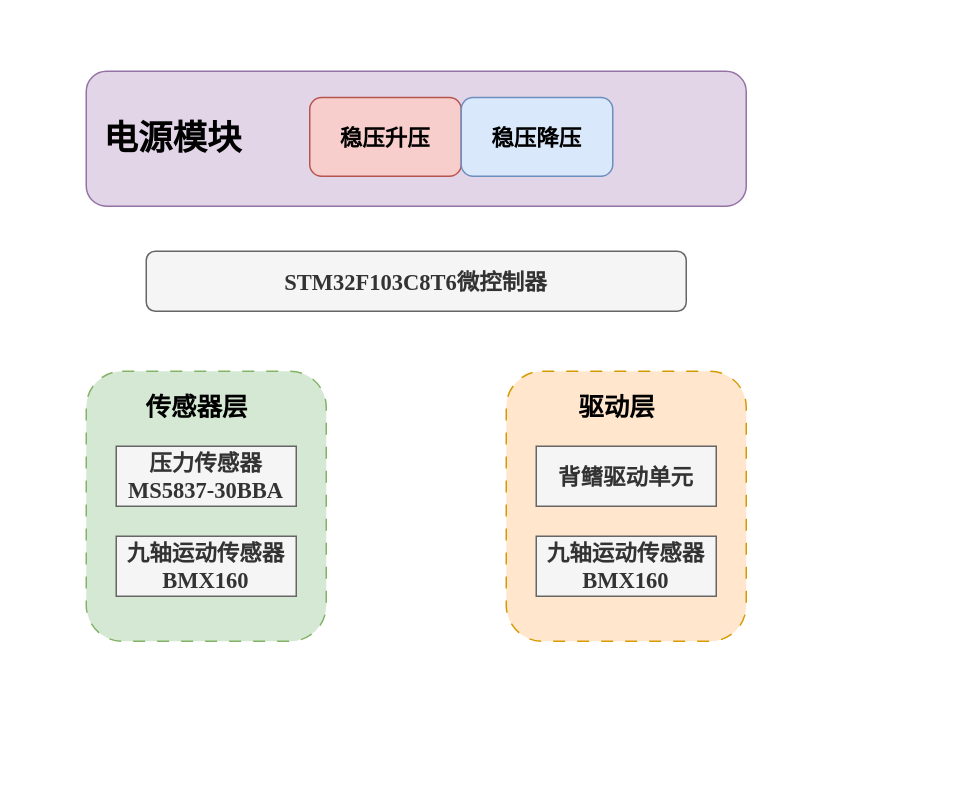
Earlier version of the draw.io diagram 主板设计.drawio (chiguaren3/drawio_project). Source tidied: cells renumbered, new cells numbered last; positions are measured from the earlier drawing's top-left corner, leaving out a move shared by most shapes. Both pictures are drawn from the tidied source at 150%, with x=0, y=0 at pixel (86, 70).
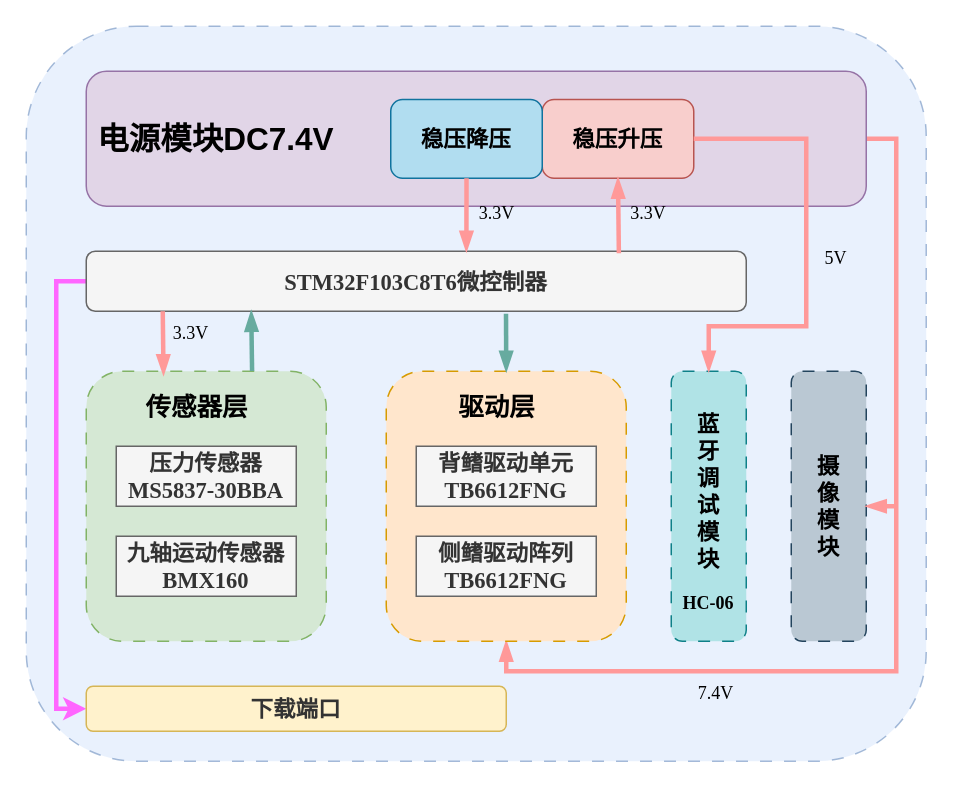
The same page after the edit.

Commit message (it also covers changes not shown here):
更新主板设计.drawio

Unchanged cells that the change refers to:
```xml
<mxCell id="2" style="rounded=1;whiteSpace=wrap;html=1;fillColor=#d5e8d4;strokeColor=#82b366;dashed=1;dashPattern=8 8;" parent="1" vertex="1">
  <mxGeometry y="200" width="160" height="180" as="geometry" />
</mxCell>
```

What changed in the source:
```diff
@@
+    <mxCell id="14" style="rounded=1;whiteSpace=wrap;html=1;fillColor=#dae8fc;strokeColor=#6c8ebf;dashed=1;dashPattern=8 8;glass=0;rotation=0;opacity=60;" parent="1" vertex="1">
+      <mxGeometry x="-40" y="-30" width="600" height="490" as="geometry" />
+    </mxCell>
@@
+    <mxCell id="15" style="edgeStyle=orthogonalEdgeStyle;rounded=0;jettySize=auto;html=1;exitX=1;exitY=0.5;exitDx=0;exitDy=0;entryX=0.5;entryY=1;entryDx=0;entryDy=0;strokeWidth=3;strokeColor=#FF9999;endArrow=blockThin;endFill=1;" parent="1" edge="1" source="3" target="10">
+      <mxGeometry relative="1" as="geometry">
+        <Array as="points">
+          <mxPoint x="540" y="45" />
+          <mxPoint x="540" y="400" />
+          <mxPoint x="280" y="400" />
+        </Array>
+      </mxGeometry>
+    </mxCell>
-    <mxCell id="3" value="&lt;font face=&quot;宋体&quot;&gt;&amp;nbsp; &amp;nbsp;&lt;b&gt;&lt;font style=&quot;font-size: 23px;&quot;&gt;电源模块&lt;/font&gt;&lt;/b&gt;&lt;/font&gt;" style="rounded=1;whiteSpace=wrap;html=1;align=left;fillColor=#e1d5e7;strokeColor=#9673a6;" parent="1" vertex="1">
-      <mxGeometry width="440" height="90" as="geometry" />
+    <mxCell id="3" value="&lt;font style=&quot;font-size: 21px;&quot; face=&quot;宋体&quot;&gt;&amp;nbsp;&lt;b style=&quot;&quot;&gt;&lt;font style=&quot;&quot;&gt;电源模块DC7.4V&lt;/font&gt;&lt;/b&gt;&lt;/font&gt;" style="rounded=1;whiteSpace=wrap;html=1;align=left;fillColor=#e1d5e7;strokeColor=#9673a6;" parent="1" vertex="1">
+      <mxGeometry width="520" height="90" as="geometry" />
     </mxCell>
     <mxCell id="4" value="&lt;font style=&quot;font-size: 15px;&quot; face=&quot;宋体&quot;&gt;&lt;b style=&quot;&quot;&gt;稳压升压&lt;/b&gt;&lt;/font&gt;" style="rounded=1;whiteSpace=wrap;html=1;fillColor=#f8cecc;strokeColor=#b85450;" parent="1" vertex="1">
-      <mxGeometry x="149" y="17.5" width="101" height="52.5" as="geometry" />
+      <mxGeometry x="304" y="18.8" width="101" height="52.5" as="geometry" />
     </mxCell>
-    <mxCell id="5" value="&lt;font style=&quot;font-size: 15px;&quot; face=&quot;宋体&quot;&gt;&lt;b style=&quot;&quot;&gt;稳压降压&lt;/b&gt;&lt;/font&gt;" style="rounded=1;whiteSpace=wrap;html=1;fillColor=#dae8fc;strokeColor=#6c8ebf;" parent="1" vertex="1">
-      <mxGeometry x="250" y="17.5" width="101" height="52.5" as="geometry" />
+    <mxCell id="5" value="&lt;font style=&quot;font-size: 15px;&quot; face=&quot;宋体&quot;&gt;&lt;b style=&quot;&quot;&gt;稳压降压&lt;/b&gt;&lt;/font&gt;" style="rounded=1;whiteSpace=wrap;html=1;fillColor=#b1ddf0;strokeColor=#10739e;" parent="1" vertex="1">
+      <mxGeometry x="203" y="18.8" width="101" height="52.5" as="geometry" />
     </mxCell>
+    <mxCell id="16" style="edgeStyle=orthogonalEdgeStyle;rounded=0;jettySize=auto;html=1;exitX=0;exitY=0.5;exitDx=0;exitDy=0;entryX=0;entryY=0.5;entryDx=0;entryDy=0;strokeWidth=3;strokeColor=#FF66FF;" parent="1" edge="1" source="6" target="17">
+      <mxGeometry relative="1" as="geometry" />
+    </mxCell>
     <mxCell id="6" value="&lt;font style=&quot;font-size: 15px;&quot;&gt;&lt;b style=&quot;&quot;&gt;&lt;font face=&quot;Times New Roman&quot;&gt;STM32F103C8T6&lt;/font&gt;&lt;font face=&quot;宋体&quot;&gt;微控制器&lt;/font&gt;&lt;/b&gt;&lt;/font&gt;" style="rounded=1;whiteSpace=wrap;html=1;fillColor=#f5f5f5;fontColor=#333333;strokeColor=#666666;" parent="1" vertex="1">
-      <mxGeometry x="40" y="120" width="360" height="40" as="geometry" />
+      <mxGeometry y="120" width="440" height="40" as="geometry" />
     </mxCell>
@@
     <mxCell id="10" style="rounded=1;whiteSpace=wrap;html=1;fillColor=#ffe6cc;strokeColor=#d79b00;dashed=1;dashPattern=8 8;" parent="1" vertex="1">
-      <mxGeometry x="280" y="200" width="160" height="180" as="geometry" />
+      <mxGeometry x="200" y="200" width="160" height="180" as="geometry" />
     </mxCell>
-    <mxCell id="11" value="&lt;font face=&quot;宋体&quot;&gt;&lt;span style=&quot;font-size: 15px;&quot;&gt;&lt;b&gt;背鳍驱动单元&lt;/b&gt;&lt;/span&gt;&lt;/font&gt;" style="rounded=0;whiteSpace=wrap;html=1;fillColor=#f5f5f5;fontColor=#333333;strokeColor=#666666;" parent="1" vertex="1">
-      <mxGeometry x="300" y="250" width="120" height="40" as="geometry" />
+    <mxCell id="11" value="&lt;font face=&quot;宋体&quot;&gt;&lt;span style=&quot;font-size: 15px;&quot;&gt;&lt;b&gt;背鳍驱动单元&lt;/b&gt;&lt;/span&gt;&lt;/font&gt;&lt;div&gt;&lt;span style=&quot;font-size: 15px;&quot;&gt;&lt;b style=&quot;&quot;&gt;&lt;font face=&quot;Times New Roman&quot;&gt;TB6612FNG&lt;/font&gt;&lt;/b&gt;&lt;/span&gt;&lt;/div&gt;" style="rounded=0;whiteSpace=wrap;html=1;fillColor=#f5f5f5;fontColor=#333333;strokeColor=#666666;" parent="1" vertex="1">
+      <mxGeometry x="220" y="250" width="120" height="40" as="geometry" />
     </mxCell>
-    <mxCell id="12" value="&lt;font face=&quot;宋体&quot;&gt;&lt;span style=&quot;font-size: 15px;&quot;&gt;&lt;b&gt;九轴运动传感器&lt;/b&gt;&lt;/span&gt;&lt;/font&gt;&lt;br&gt;&lt;div&gt;&lt;font style=&quot;font-size: 15px;&quot; face=&quot;Times New Roman&quot;&gt;&lt;b style=&quot;&quot;&gt;BMX160&lt;/b&gt;&lt;/font&gt;&lt;/div&gt;" style="rounded=0;whiteSpace=wrap;html=1;fillColor=#f5f5f5;fontColor=#333333;strokeColor=#666666;" parent="1" vertex="1">
-      <mxGeometry x="300" y="310" width="120" height="40" as="geometry" />
+    <mxCell id="12" value="&lt;font face=&quot;宋体&quot;&gt;&lt;span style=&quot;font-size: 15px;&quot;&gt;&lt;b&gt;侧鳍驱动阵列&lt;/b&gt;&lt;/span&gt;&lt;/font&gt;&lt;div&gt;&lt;b style=&quot;font-size: 15px;&quot;&gt;&lt;font face=&quot;Times New Roman&quot;&gt;TB6612FNG&lt;/font&gt;&lt;/b&gt;&lt;font face=&quot;宋体&quot;&gt;&lt;span style=&quot;font-size: 15px;&quot;&gt;&lt;b&gt;&lt;/b&gt;&lt;/span&gt;&lt;/font&gt;&lt;/div&gt;" style="rounded=0;whiteSpace=wrap;html=1;fillColor=#f5f5f5;fontColor=#333333;strokeColor=#666666;" parent="1" vertex="1">
+      <mxGeometry x="220" y="310" width="120" height="40" as="geometry" />
     </mxCell>
     <mxCell id="13" value="&lt;font style=&quot;font-size: 17px;&quot; face=&quot;宋体&quot;&gt;&lt;b style=&quot;&quot;&gt;驱动层&lt;/b&gt;&lt;/font&gt;" style="text;html=1;align=center;verticalAlign=middle;whiteSpace=wrap;rounded=0;" parent="1" vertex="1">
-      <mxGeometry x="314" y="210" width="80" height="30" as="geometry" />
+      <mxGeometry x="234" y="210" width="80" height="30" as="geometry" />
     </mxCell>
+    <mxCell id="17" value="&lt;b style=&quot;color: rgb(51, 51, 51); font-size: 15px;&quot;&gt;&lt;font face=&quot;宋体&quot;&gt;下载端口&lt;/font&gt;&lt;/b&gt;" style="rounded=1;whiteSpace=wrap;html=1;fillColor=#fff2cc;strokeColor=#d6b656;" parent="1" vertex="1">
+      <mxGeometry y="410" width="280" height="30" as="geometry" />
+    </mxCell>
+    <mxCell id="18" style="rounded=1;whiteSpace=wrap;html=1;fillColor=#bac8d3;strokeColor=#23445d;dashed=1;dashPattern=8 8;" parent="1" vertex="1">
+      <mxGeometry x="470" y="200" width="50" height="180" as="geometry" />
+    </mxCell>
+    <mxCell id="19" value="&lt;font style=&quot;font-size: 15px;&quot; face=&quot;宋体&quot;&gt;&lt;b style=&quot;&quot;&gt;摄像模块&lt;/b&gt;&lt;/font&gt;" style="text;html=1;align=center;verticalAlign=middle;whiteSpace=wrap;rounded=0;" parent="1" vertex="1">
+      <mxGeometry x="480" y="230" width="30" height="120" as="geometry" />
+    </mxCell>
+    <mxCell id="20" style="rounded=1;whiteSpace=wrap;html=1;fillColor=#b0e3e6;strokeColor=#0e8088;dashed=1;dashPattern=8 8;" parent="1" vertex="1">
+      <mxGeometry x="390" y="200" width="50" height="180" as="geometry" />
+    </mxCell>
+    <mxCell id="21" value="&lt;font style=&quot;font-size: 15px;&quot; face=&quot;宋体&quot;&gt;&lt;b style=&quot;&quot;&gt;蓝牙调试模块&lt;/b&gt;&lt;/font&gt;" style="text;html=1;align=center;verticalAlign=middle;whiteSpace=wrap;rounded=0;" parent="1" vertex="1">
+      <mxGeometry x="400" y="220" width="30" height="120" as="geometry" />
+    </mxCell>
+    <mxCell id="22" value="&lt;b&gt;&lt;font face=&quot;Times New Roman&quot;&gt;HC-06&lt;/font&gt;&lt;/b&gt;" style="text;html=1;align=center;verticalAlign=middle;whiteSpace=wrap;rounded=0;" parent="1" vertex="1">
+      <mxGeometry x="385" y="340" width="60" height="30" as="geometry" />
+    </mxCell>
+    <mxCell id="23" value="&lt;font face=&quot;Times New Roman&quot;&gt;3.3V&lt;/font&gt;" style="text;html=1;align=center;verticalAlign=middle;whiteSpace=wrap;rounded=0;" parent="1" vertex="1">
+      <mxGeometry x="244" y="80" width="60" height="30" as="geometry" />
+    </mxCell>
+    <mxCell id="24" style="endArrow=blockThin;html=1;rounded=0;exitX=0.5;exitY=1;exitDx=0;exitDy=0;endFill=1;strokeWidth=3;fillColor=#ffff88;strokeColor=#FF9999;entryX=0.576;entryY=0;entryDx=0;entryDy=0;entryPerimeter=0;" parent="1" edge="1" source="5" target="6">
+      <mxGeometry relative="1" as="geometry" />
+    </mxCell>
+    <mxCell id="25" style="endArrow=blockThin;html=1;rounded=0;exitX=0.5;exitY=1;exitDx=0;exitDy=0;endFill=1;strokeWidth=3;fillColor=#fad9d5;strokeColor=#FF9999;entryX=0.322;entryY=0.013;entryDx=0;entryDy=0;entryPerimeter=0;" parent="1" edge="1" target="2">
+      <mxGeometry relative="1" as="geometry">
+        <mxPoint x="51" y="160" as="sourcePoint" />
+      </mxGeometry>
+    </mxCell>
+    <mxCell id="26" value="&lt;font face=&quot;Times New Roman&quot;&gt;3.3V&lt;/font&gt;" style="text;html=1;align=center;verticalAlign=middle;whiteSpace=wrap;rounded=0;" parent="1" vertex="1">
+      <mxGeometry x="40" y="160" width="60" height="30" as="geometry" />
+    </mxCell>
+    <mxCell id="27" style="endArrow=blockThin;html=1;rounded=0;exitX=0.807;exitY=0.032;exitDx=0;exitDy=0;endFill=1;strokeWidth=3;fillColor=#ffff88;strokeColor=#FF9999;entryX=0.5;entryY=1;entryDx=0;entryDy=0;exitPerimeter=0;" parent="1" edge="1" source="6" target="4">
+      <mxGeometry relative="1" as="geometry" />
+    </mxCell>
+    <mxCell id="28" value="&lt;font face=&quot;Times New Roman&quot;&gt;3.3V&lt;/font&gt;" style="text;html=1;align=center;verticalAlign=middle;whiteSpace=wrap;rounded=0;" parent="1" vertex="1">
+      <mxGeometry x="345" y="80" width="60" height="30" as="geometry" />
+    </mxCell>
+    <mxCell id="29" style="endArrow=blockThin;html=1;rounded=0;endFill=1;strokeWidth=3;fillColor=#ffff88;strokeColor=#FF9999;entryX=1;entryY=0.5;entryDx=0;entryDy=0;" parent="1" edge="1" target="18">
+      <mxGeometry relative="1" as="geometry">
+        <mxPoint x="540" y="290" as="sourcePoint" />
+      </mxGeometry>
+    </mxCell>
+    <mxCell id="30" style="endArrow=blockThin;html=1;rounded=0;exitX=1;exitY=0.5;exitDx=0;exitDy=0;endFill=1;strokeWidth=3;fillColor=#ffff88;strokeColor=#FF9999;entryX=0.5;entryY=0;entryDx=0;entryDy=0;" parent="1" edge="1" source="4" target="20">
+      <mxGeometry relative="1" as="geometry">
+        <Array as="points">
+          <mxPoint x="480" y="45" />
+          <mxPoint x="480" y="170" />
+          <mxPoint x="415" y="170" />
+        </Array>
+      </mxGeometry>
+    </mxCell>
+    <mxCell id="31" value="&lt;font face=&quot;Times New Roman&quot;&gt;5V&lt;/font&gt;" style="text;html=1;align=center;verticalAlign=middle;whiteSpace=wrap;rounded=0;" parent="1" vertex="1">
+      <mxGeometry x="470" y="110" width="60" height="30" as="geometry" />
+    </mxCell>
+    <mxCell id="32" value="&lt;font face=&quot;Times New Roman&quot;&gt;7.4V&lt;/font&gt;" style="text;html=1;align=center;verticalAlign=middle;whiteSpace=wrap;rounded=0;" parent="1" vertex="1">
+      <mxGeometry x="390" y="400" width="60" height="30" as="geometry" />
+    </mxCell>
+    <mxCell id="33" style="endArrow=blockThin;html=1;rounded=0;exitX=0.691;exitY=-0.001;exitDx=0;exitDy=0;endFill=1;strokeWidth=3;fillColor=#fad9d5;strokeColor=#67AB9F;entryX=0.25;entryY=1;entryDx=0;entryDy=0;exitPerimeter=0;" parent="1" edge="1" source="2" target="6">
+      <mxGeometry relative="1" as="geometry" />
+    </mxCell>
+    <mxCell id="34" style="endArrow=blockThin;html=1;rounded=0;exitX=0.636;exitY=1.041;exitDx=0;exitDy=0;endFill=1;strokeWidth=3;fillColor=#fad9d5;strokeColor=#67AB9F;entryX=0.5;entryY=0;entryDx=0;entryDy=0;exitPerimeter=0;" parent="1" edge="1" source="6" target="10">
+      <mxGeometry relative="1" as="geometry" />
+    </mxCell>
```
